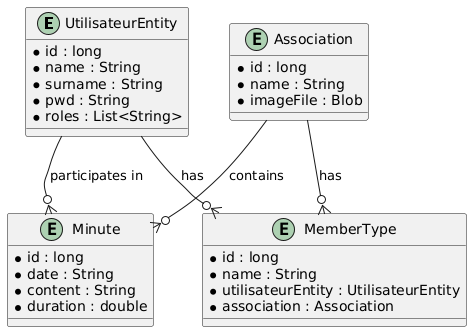
SSDD-2025/practica-sistemas-distribuidos-2025-grupo-1 keeps this PlantUML diagram as entitiesDiagram.png. Above is the earlier version. The source it was exported from:
```plantuml
@startuml
entity "UtilisateurEntity" as UtilisateurEntity {
  * id : long
  * name : String
  * surname : String
  * pwd : String
  * roles : List<String>
}

entity "Minute" as Minute {
  * id : long
  * date : String
  * content : String
  * duration : double
}

entity "MemberType" as MemberType {
  * id : long
  * name : String
  * utilisateurEntity : UtilisateurEntity
  * association : Association
}

entity "Association" as Association {
  * id : long
  * name : String
  * imageFile : Blob
}

UtilisateurEntity --o{ MemberType : "has"
Association --o{ MemberType : "has"
UtilisateurEntity --o{ Minute : "participates in"
Association --o{ Minute : "contains"
@enduml
```
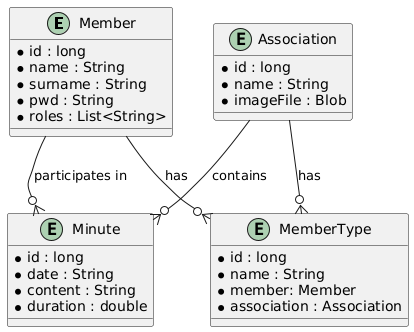
After the commit.

Commit message:
new entities diagram

Diff of the diagram source:
```diff
@@ -1,5 +1,5 @@
 @startuml
-entity "UtilisateurEntity" as UtilisateurEntity {
+entity "Member" as Member{
   * id : long
   * name : String
   * surname : String
@@ -17,7 +17,7 @@
 entity "MemberType" as MemberType {
   * id : long
   * name : String
-  * utilisateurEntity : UtilisateurEntity
+  * member: Member
   * association : Association
 }
 
@@ -27,8 +27,8 @@
   * imageFile : Blob
 }
 
-UtilisateurEntity --o{ MemberType : "has"
+Member --o{ MemberType : "has"
 Association --o{ MemberType : "has"
-UtilisateurEntity --o{ Minute : "participates in"
+Member --o{ Minute : "participates in"
 Association --o{ Minute : "contains"
 @enduml
```
